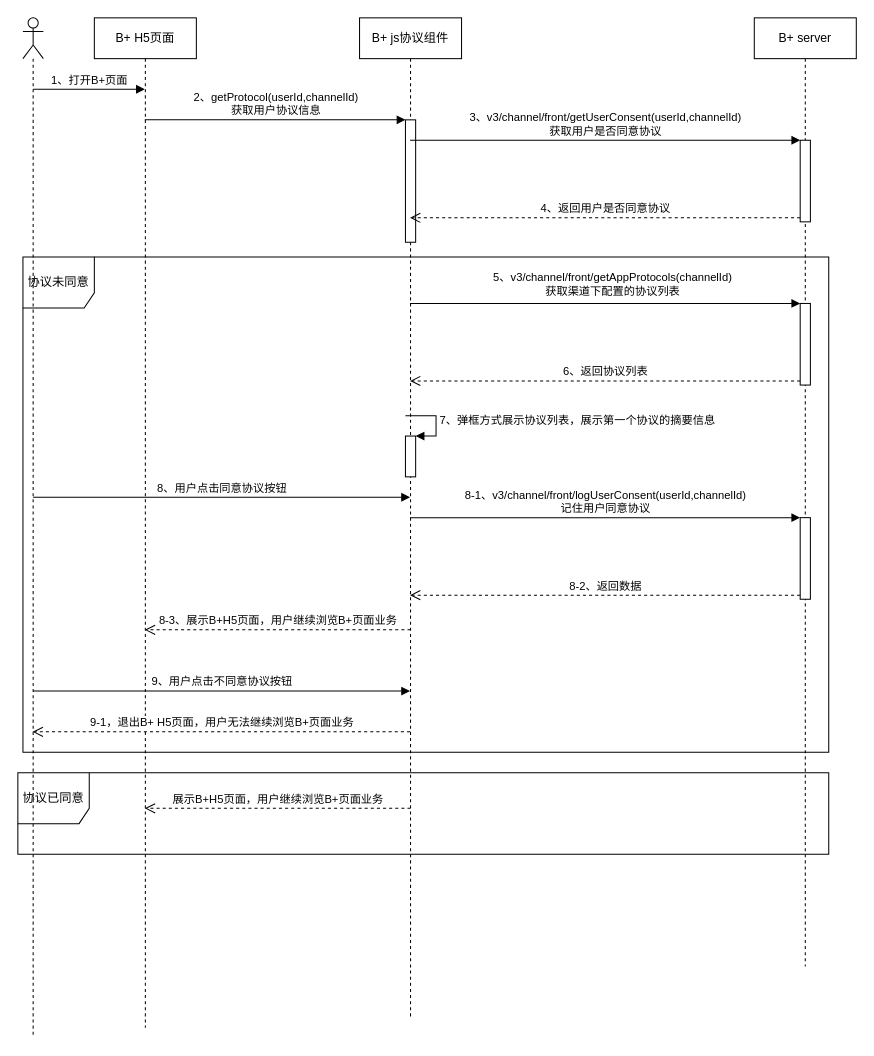
The draw.io diagram page "B+协议弹框流程" (3 of 5) of B+流程图.drawio in huturenji/drawio, before the edit. Source tidied: cells renumbered, new cells numbered last; positions are measured from the earlier drawing's top-left corner, leaving out a move shared by most shapes. Both pictures are drawn from the tidied source at 102%, with x=0, y=0 at pixel (17, 17).
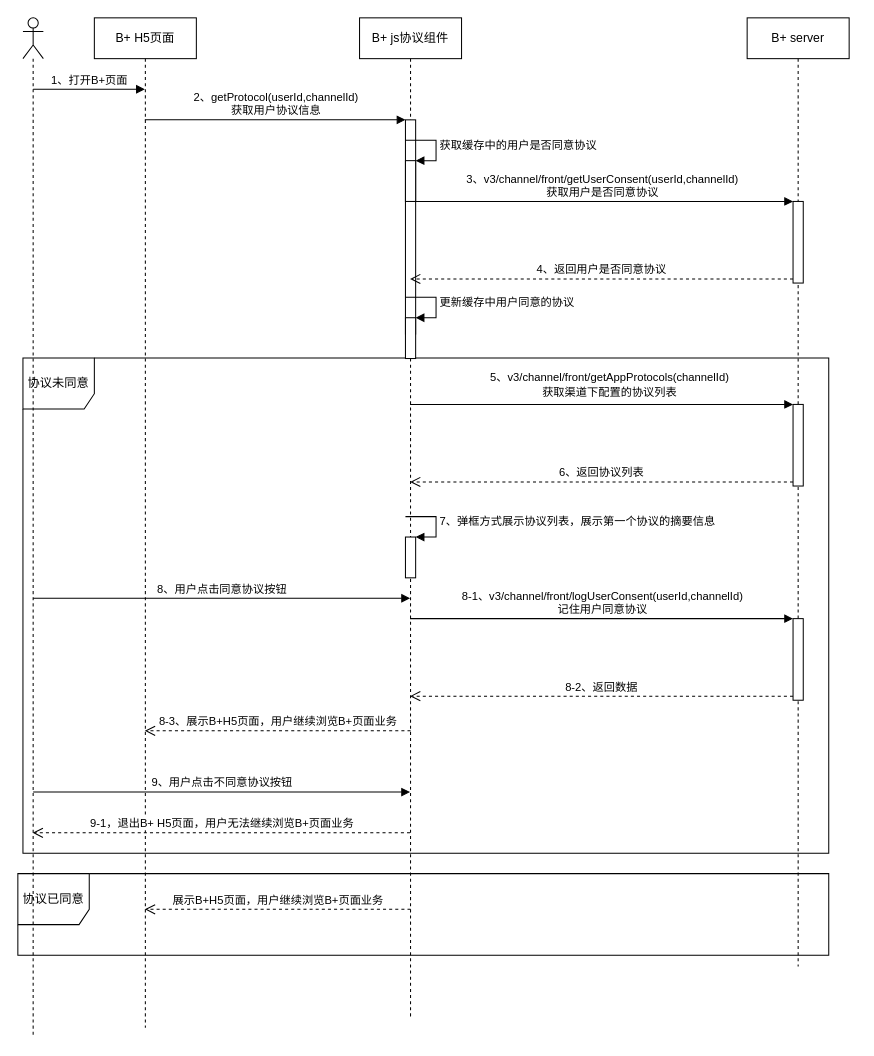
Above is the later version.

Commit message:
更新B+流程图.drawio

Unchanged cells that the change refers to:
```xml
<mxCell id="4" style="shape=umlLifeline;participant=umlActor;perimeter=lifelinePerimeter;whiteSpace=wrap;html=1;verticalAlign=top;spacingTop=36;outlineConnect=0;" parent="1" vertex="1">
  <mxGeometry x="5" width="20" height="1000" as="geometry" />
</mxCell>
<mxCell id="8" value="B+ H5页面" style="shape=umlLifeline;perimeter=lifelinePerimeter;whiteSpace=wrap;html=1;outlineConnect=0;" parent="1" vertex="1">
  <mxGeometry x="75" width="100" height="990" as="geometry" />
</mxCell>
<mxCell id="9" value="B+ js协议组件" style="shape=umlLifeline;perimeter=lifelinePerimeter;whiteSpace=wrap;html=1;outlineConnect=0;" parent="1" vertex="1">
  <mxGeometry x="335" width="100" height="980" as="geometry" />
</mxCell>
```

The edit, as a diff of the source:
```diff
@@
     <mxCell id="2" value="协议已同意" style="shape=umlFrame;whiteSpace=wrap;html=1;width=70;height=50;" parent="1" vertex="1">
-      <mxGeometry y="740" width="795" height="80" as="geometry" />
+      <mxGeometry y="839" width="795" height="80" as="geometry" />
     </mxCell>
     <mxCell id="3" value="协议未同意" style="shape=umlFrame;whiteSpace=wrap;html=1;width=70;height=50;" parent="1" vertex="1">
-      <mxGeometry x="5" y="234.5" width="790" height="485.5" as="geometry" />
+      <mxGeometry x="5" y="333.5" width="790" height="485.5" as="geometry" />
     </mxCell>
@@
-    <mxCell id="6" value="8、用户点击同意协议按钮" style="html=1;verticalAlign=bottom;endArrow=block;rounded=0;" parent="4" edge="1" target="9">
+    <mxCell id="6" value="8、用户点击同意协议按钮" style="html=1;verticalAlign=bottom;endArrow=block;rounded=0;" parent="4" edge="1">
       <mxGeometry relative="1" as="geometry">
-        <mxPoint x="10" y="470" as="sourcePoint" />
+        <mxPoint x="10" y="569" as="sourcePoint" />
+        <mxPoint x="379.5" y="569" as="targetPoint" />
       </mxGeometry>
     </mxCell>
-    <mxCell id="7" value="9、用户点击不同意协议按钮" style="html=1;verticalAlign=bottom;endArrow=block;rounded=0;" parent="4" edge="1" target="9">
+    <mxCell id="7" value="9、用户点击不同意协议按钮" style="html=1;verticalAlign=bottom;endArrow=block;rounded=0;" parent="4" edge="1">
       <mxGeometry relative="1" as="geometry">
-        <mxPoint x="10" y="660" as="sourcePoint" />
+        <mxPoint x="10" y="759" as="sourcePoint" />
+        <mxPoint x="379.5" y="759" as="targetPoint" />
       </mxGeometry>
     </mxCell>
@@
     <mxCell id="10" style="html=1;points=[];perimeter=orthogonalPerimeter;" parent="9" vertex="1">
-      <mxGeometry x="45" y="100" width="10" height="120" as="geometry" />
+      <mxGeometry x="45" y="100" width="10" height="210" as="geometry" />
     </mxCell>
     <mxCell id="11" style="html=1;points=[];perimeter=orthogonalPerimeter;" parent="9" vertex="1">
-      <mxGeometry x="45" y="410" width="10" height="40" as="geometry" />
+      <mxGeometry x="45" y="509" width="10" height="40" as="geometry" />
     </mxCell>
     <mxCell id="12" value="7、弹框方式展示协议列表，展示第一个协议的摘要信息" style="edgeStyle=orthogonalEdgeStyle;html=1;align=left;spacingLeft=2;endArrow=block;rounded=0;entryX=1;entryY=0;" parent="9" edge="1" target="11">
       <mxGeometry relative="1" as="geometry">
-        <mxPoint x="45" y="390" as="sourcePoint" />
+        <mxPoint x="45" y="489" as="sourcePoint" />
         <Array as="points">
-          <mxPoint x="75" y="390" />
+          <mxPoint x="75" y="489" />
         </Array>
       </mxGeometry>
     </mxCell>
+    <mxCell id="28" style="html=1;points=[];perimeter=orthogonalPerimeter;" parent="9" vertex="1">
+      <mxGeometry x="45" y="140" width="10" height="40" as="geometry" />
+    </mxCell>
+    <mxCell id="29" value="获取缓存中的用户是否同意协议" style="edgeStyle=orthogonalEdgeStyle;html=1;align=left;spacingLeft=2;endArrow=block;rounded=0;entryX=1;entryY=0;" parent="9" edge="1" target="28">
+      <mxGeometry relative="1" as="geometry">
+        <mxPoint x="45" y="120" as="sourcePoint" />
+        <Array as="points">
+          <mxPoint x="75" y="120" />
+        </Array>
+      </mxGeometry>
+    </mxCell>
+    <mxCell id="30" style="html=1;points=[];perimeter=orthogonalPerimeter;" parent="9" vertex="1">
+      <mxGeometry x="45" y="294" width="10" height="40" as="geometry" />
+    </mxCell>
+    <mxCell id="31" value="更新缓存中用户同意的协议" style="edgeStyle=orthogonalEdgeStyle;html=1;align=left;spacingLeft=2;endArrow=block;rounded=0;entryX=1;entryY=0;" parent="9" edge="1" target="30">
+      <mxGeometry relative="1" as="geometry">
+        <mxPoint x="45" y="274" as="sourcePoint" />
+        <Array as="points">
+          <mxPoint x="75" y="274" />
+        </Array>
+      </mxGeometry>
+    </mxCell>
     <mxCell id="13" value="B+ server" style="shape=umlLifeline;perimeter=lifelinePerimeter;whiteSpace=wrap;html=1;" parent="1" vertex="1">
-      <mxGeometry x="722" width="100" height="930" as="geometry" />
+      <mxGeometry x="715" width="100" height="930" as="geometry" />
     </mxCell>
     <mxCell id="14" style="html=1;points=[];perimeter=orthogonalPerimeter;" parent="13" vertex="1">
-      <mxGeometry x="45" y="120" width="10" height="80" as="geometry" />
+      <mxGeometry x="45" y="180" width="10" height="80" as="geometry" />
     </mxCell>
     <mxCell id="15" style="html=1;points=[];perimeter=orthogonalPerimeter;" parent="13" vertex="1">
-      <mxGeometry x="45" y="280" width="10" height="80" as="geometry" />
+      <mxGeometry x="45" y="379" width="10" height="80" as="geometry" />
     </mxCell>
     <mxCell id="16" style="html=1;points=[];perimeter=orthogonalPerimeter;" parent="13" vertex="1">
-      <mxGeometry x="45" y="490" width="10" height="80" as="geometry" />
+      <mxGeometry x="45" y="589" width="10" height="80" as="geometry" />
     </mxCell>
@@
-    <mxCell id="20" style="html=1;verticalAlign=bottom;endArrow=block;entryX=0;entryY=0;rounded=0;" parent="1" edge="1" source="9" target="15">
-      <mxGeometry relative="1" as="geometry" />
+    <mxCell id="20" style="html=1;verticalAlign=bottom;endArrow=block;entryX=0;entryY=0;rounded=0;" parent="1" edge="1" target="15">
+      <mxGeometry relative="1" as="geometry">
+        <mxPoint x="384.5" y="379" as="sourcePoint" />
+      </mxGeometry>
     </mxCell>
@@
-    <mxCell id="22" value="6、返回协议列表" style="html=1;verticalAlign=bottom;endArrow=open;dashed=1;endSize=8;exitX=0;exitY=0.95;rounded=0;" parent="1" edge="1" source="15" target="9">
-      <mxGeometry relative="1" as="geometry" />
+    <mxCell id="22" value="6、返回协议列表" style="html=1;verticalAlign=bottom;endArrow=open;dashed=1;endSize=8;exitX=0;exitY=0.95;rounded=0;" parent="1" edge="1" source="15">
+      <mxGeometry relative="1" as="geometry">
+        <mxPoint x="384.5" y="455" as="targetPoint" />
+      </mxGeometry>
     </mxCell>
-    <mxCell id="23" value="8-1、v3/channel/front/logUserConsent(userId,channelId)&lt;br&gt;记住用户同意协议" style="html=1;verticalAlign=bottom;endArrow=block;entryX=0;entryY=0;rounded=0;" parent="1" edge="1" source="9" target="16">
-      <mxGeometry relative="1" as="geometry" />
+    <mxCell id="23" value="8-1、v3/channel/front/logUserConsent(userId,channelId)&lt;br&gt;记住用户同意协议" style="html=1;verticalAlign=bottom;endArrow=block;entryX=0;entryY=0;rounded=0;" parent="1" edge="1" target="16">
+      <mxGeometry relative="1" as="geometry">
+        <mxPoint x="384.5" y="589" as="sourcePoint" />
+      </mxGeometry>
     </mxCell>
-    <mxCell id="24" value="8-2、返回数据" style="html=1;verticalAlign=bottom;endArrow=open;dashed=1;endSize=8;exitX=0;exitY=0.95;rounded=0;" parent="1" edge="1" source="16" target="9">
-      <mxGeometry relative="1" as="geometry" />
+    <mxCell id="24" value="8-2、返回数据" style="html=1;verticalAlign=bottom;endArrow=open;dashed=1;endSize=8;exitX=0;exitY=0.95;rounded=0;" parent="1" edge="1" source="16">
+      <mxGeometry relative="1" as="geometry">
+        <mxPoint x="384.5" y="665" as="targetPoint" />
+      </mxGeometry>
     </mxCell>
-    <mxCell id="25" value="8-3、展示B+H5页面，用户继续浏览B+页面业务" style="html=1;verticalAlign=bottom;endArrow=open;dashed=1;endSize=8;rounded=0;" parent="1" edge="1" target="8">
+    <mxCell id="25" value="8-3、展示B+H5页面，用户继续浏览B+页面业务" style="html=1;verticalAlign=bottom;endArrow=open;dashed=1;endSize=8;rounded=0;" parent="1" edge="1">
       <mxGeometry relative="1" as="geometry">
-        <mxPoint x="385" y="600" as="sourcePoint" />
+        <mxPoint x="385" y="699" as="sourcePoint" />
+        <mxPoint x="124.5" y="699" as="targetPoint" />
       </mxGeometry>
     </mxCell>
-    <mxCell id="26" value="9-1，退出B+ H5页面，用户无法继续浏览B+页面业务" style="html=1;verticalAlign=bottom;endArrow=open;dashed=1;endSize=8;rounded=0;" parent="1" edge="1" source="9" target="4">
+    <mxCell id="26" value="9-1，退出B+ H5页面，用户无法继续浏览B+页面业务" style="html=1;verticalAlign=bottom;endArrow=open;dashed=1;endSize=8;rounded=0;" parent="1" edge="1">
       <mxGeometry relative="1" as="geometry">
+        <mxPoint x="384.5" y="799" as="sourcePoint" />
+        <mxPoint x="14.5" y="799" as="targetPoint" />
         <Array as="points">
-          <mxPoint x="225" y="700" />
+          <mxPoint x="225" y="799" />
         </Array>
       </mxGeometry>
     </mxCell>
-    <mxCell id="27" value="展示B+H5页面，用户继续浏览B+页面业务" style="html=1;verticalAlign=bottom;endArrow=open;dashed=1;endSize=8;rounded=0;" parent="1" edge="1" target="8">
+    <mxCell id="27" value="展示B+H5页面，用户继续浏览B+页面业务" style="html=1;verticalAlign=bottom;endArrow=open;dashed=1;endSize=8;rounded=0;" parent="1" edge="1">
       <mxGeometry relative="1" as="geometry">
-        <mxPoint x="385" y="775" as="sourcePoint" />
+        <mxPoint x="385" y="874" as="sourcePoint" />
+        <mxPoint x="124.5" y="874" as="targetPoint" />
       </mxGeometry>
     </mxCell>
```
